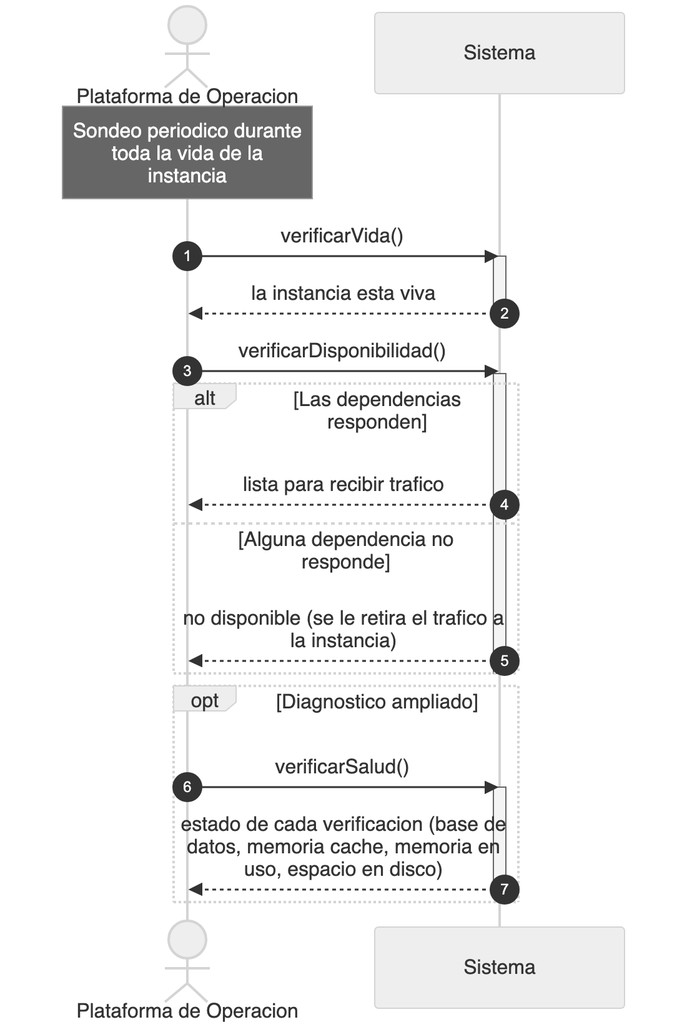
Above: diagramas/png/DSS_CU-104_Verificar-La-Salud-Del-Sistema.png in Nahuelito-Dev/splg-docs (Mermaid), before the change. Its source is kept beside it as diagramas/DSS_CU-104_Verificar-La-Salud-Del-Sistema.mmd. The source it was exported from:
```mermaid
sequenceDiagram
    title DSS — CU-104 Verificar La Salud Del Sistema
    autonumber
    actor OPS as Plataforma de Operacion
    participant SIS as Sistema

    Note over OPS: Sondeo periodico durante toda la vida de la instancia

    OPS->>SIS: verificarVida()
    activate SIS
    SIS-->>OPS: la instancia esta viva
    deactivate SIS

    OPS->>SIS: verificarDisponibilidad()
    activate SIS
    alt Las dependencias responden
        SIS-->>OPS: lista para recibir trafico
    else Alguna dependencia no responde
        SIS-->>OPS: no disponible (se le retira el trafico a la instancia)
    end
    deactivate SIS

    opt Diagnostico ampliado
        OPS->>SIS: verificarSalud()
        activate SIS
        SIS-->>OPS: estado de cada verificacion (base de datos, memoria cache, memoria en uso, espacio en disco)
        deactivate SIS
    end
```
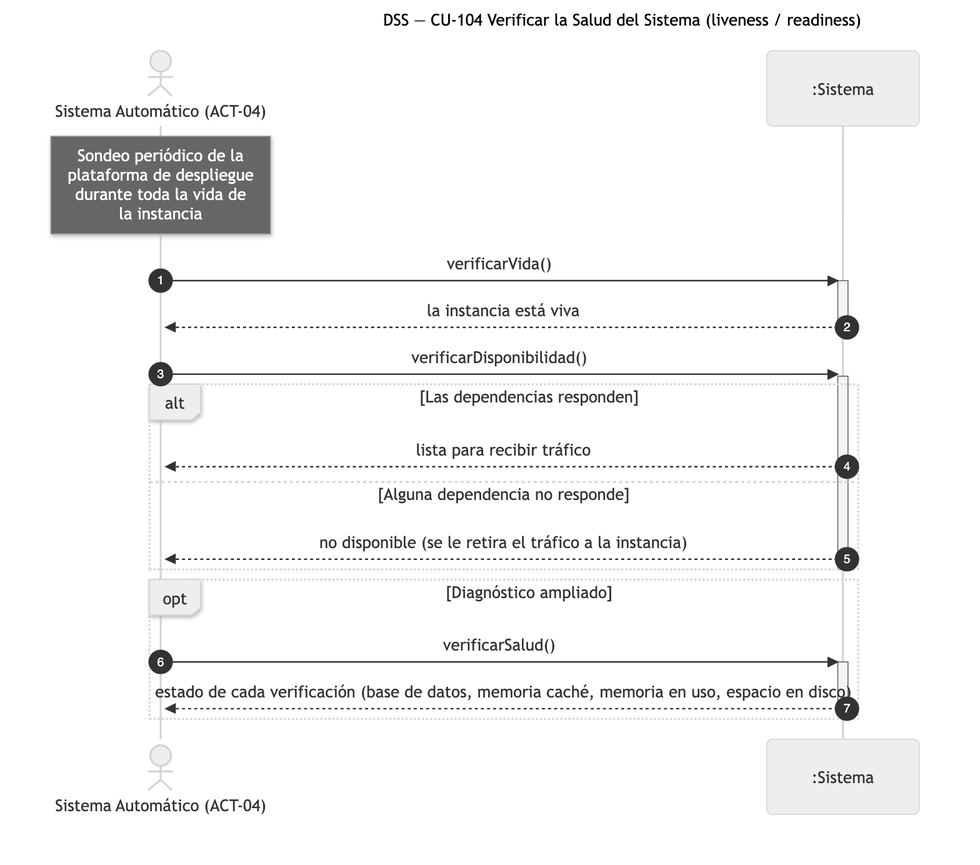
The same diagram one commit later.

Diff of the diagram source:
```diff
@@ -1,28 +1,28 @@
 sequenceDiagram
-    title DSS — CU-104 Verificar La Salud Del Sistema
+    title DSS — CU-104 Verificar la Salud del Sistema (liveness / readiness)
     autonumber
-    actor OPS as Plataforma de Operacion
-    participant SIS as Sistema
+    actor SAU as Sistema Automático (ACT-04)
+    participant SIS as :Sistema
 
-    Note over OPS: Sondeo periodico durante toda la vida de la instancia
+    Note over SAU: Sondeo periódico de la<br/>plataforma de despliegue<br/>durante toda la vida de<br/>la instancia
 
-    OPS->>SIS: verificarVida()
+    SAU->>SIS: verificarVida()
     activate SIS
-    SIS-->>OPS: la instancia esta viva
+    SIS-->>SAU: la instancia está viva
     deactivate SIS
 
-    OPS->>SIS: verificarDisponibilidad()
+    SAU->>SIS: verificarDisponibilidad()
     activate SIS
     alt Las dependencias responden
-        SIS-->>OPS: lista para recibir trafico
+        SIS-->>SAU: lista para recibir tráfico
     else Alguna dependencia no responde
-        SIS-->>OPS: no disponible (se le retira el trafico a la instancia)
+        SIS-->>SAU: no disponible (se le retira el tráfico a la instancia)
     end
     deactivate SIS
 
-    opt Diagnostico ampliado
-        OPS->>SIS: verificarSalud()
+    opt Diagnóstico ampliado
+        SAU->>SIS: verificarSalud()
         activate SIS
-        SIS-->>OPS: estado de cada verificacion (base de datos, memoria cache, memoria en uso, espacio en disco)
+        SIS-->>SAU: estado de cada verificación (base de datos, memoria caché, memoria en uso, espacio en disco)
         deactivate SIS
     end
```
